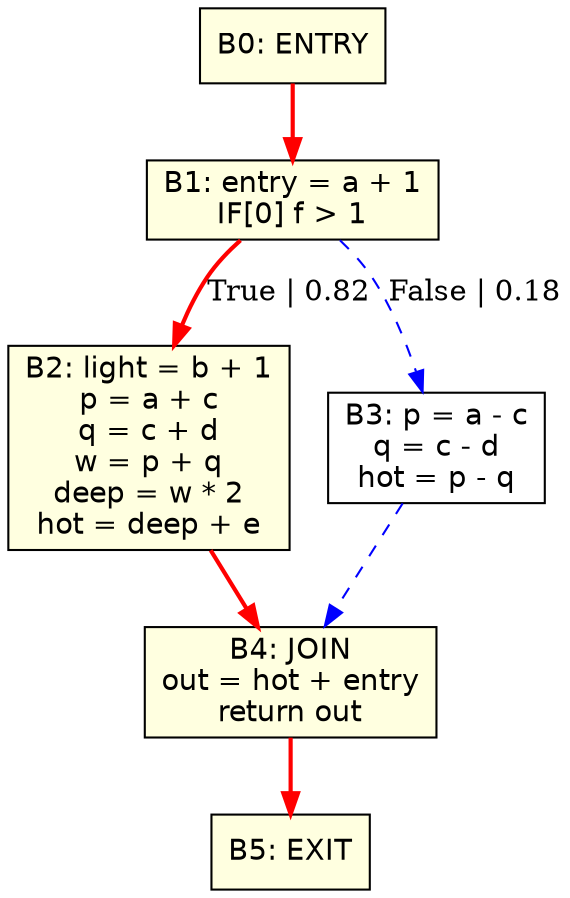
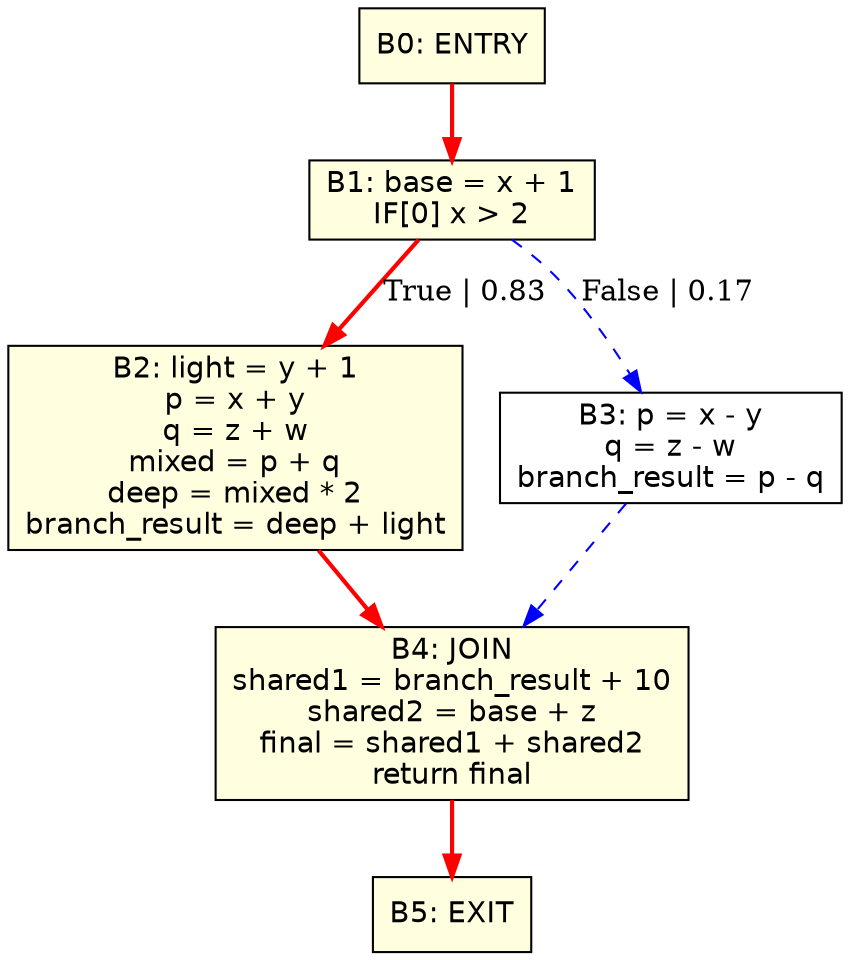
digraph CFG {
  rankdir=TB;
  node [shape=box, fontname=Helvetica];
  B0 [label="B0: ENTRY", style="filled", fillcolor="lightyellow"];
-   B1 [label="B1: entry = a + 1\nIF[0] f > 1", style="filled", fillcolor="lightyellow"];
-   B2 [label="B2: light = b + 1\np = a + c\nq = c + d\nw = p + q\ndeep = w * 2\nhot = deep + e", style="filled", fillcolor="lightyellow"];
-   B3 [label="B3: p = a - c\nq = c - d\nhot = p - q"];
-   B4 [label="B4: JOIN\nout = hot + entry\nreturn out", style="filled", fillcolor="lightyellow"];
+   B1 [label="B1: base = x + 1\nIF[0] x > 2", style="filled", fillcolor="lightyellow"];
+   B2 [label="B2: light = y + 1\np = x + y\nq = z + w\nmixed = p + q\ndeep = mixed * 2\nbranch_result = deep + light", style="filled", fillcolor="lightyellow"];
+   B3 [label="B3: p = x - y\nq = z - w\nbranch_result = p - q"];
+   B4 [label="B4: JOIN\nshared1 = branch_result + 10\nshared2 = base + z\nfinal = shared1 + shared2\nreturn final", style="filled", fillcolor="lightyellow"];
  B5 [label="B5: EXIT", style="filled", fillcolor="lightyellow"];
  B0 -> B1 [color="red", penwidth=2.0];
-   B1 -> B2 [label="True | 0.82", color="red", penwidth=2.0];
-   B1 -> B3 [label="False | 0.18", color="blue", style="dashed"];
+   B1 -> B2 [label="True | 0.83", color="red", penwidth=2.0];
+   B1 -> B3 [label="False | 0.17", color="blue", style="dashed"];
  B2 -> B4 [color="red", penwidth=2.0];
  B3 -> B4 [color="blue", style="dashed"];
  B4 -> B5 [color="red", penwidth=2.0];
}